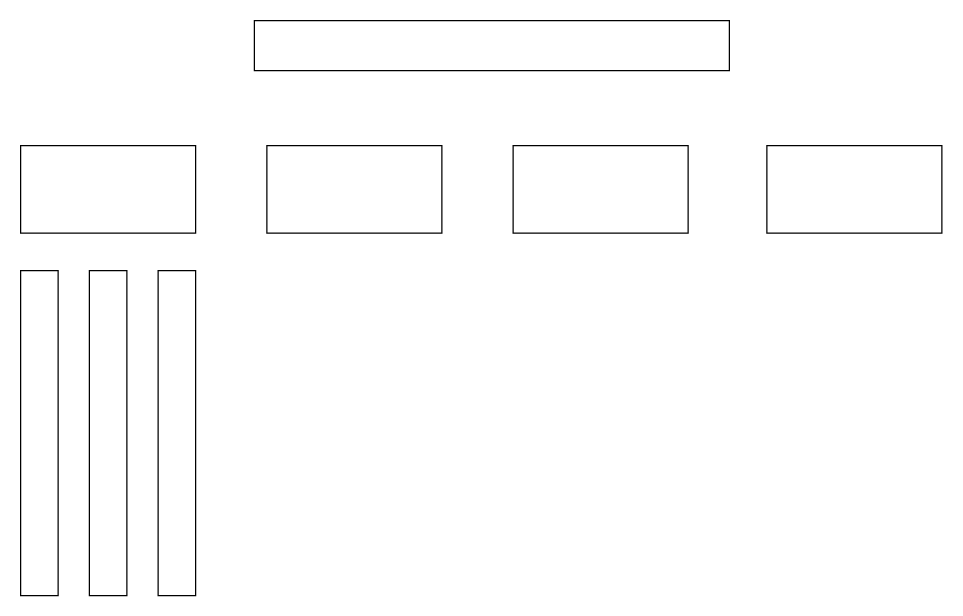
Above: 论文整体结构安排.drawio in crawlerWPS/drawing (draw.io), before the change. Source tidied: cells renumbered, new cells numbered last; positions are measured from the earlier drawing's top-left corner, leaving out a move shared by most shapes. Both pictures are drawn from the tidied source at 125%, with x=0, y=0 at pixel (20, 20).
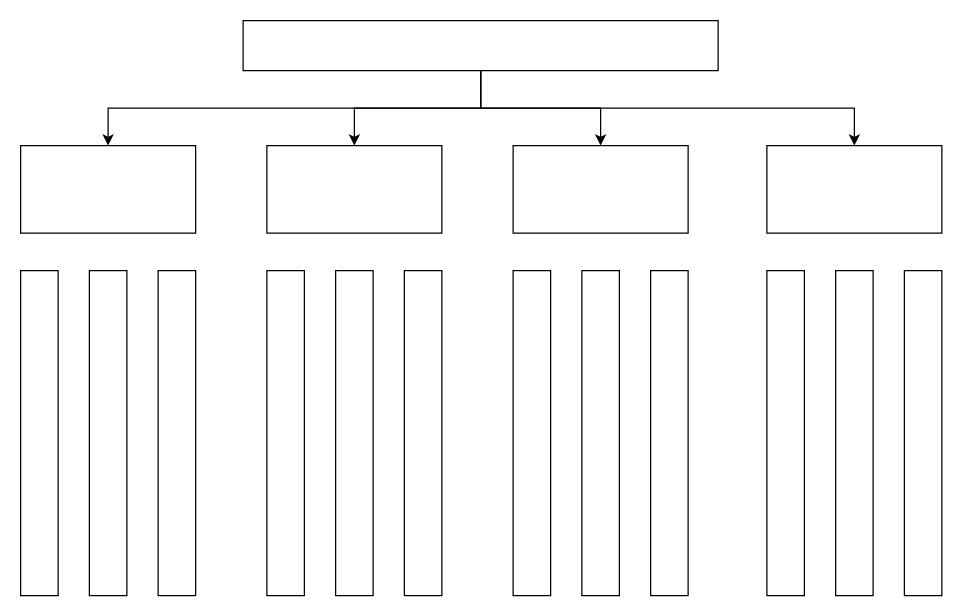
The same page after the edit.

Commit message (it also covers changes not shown here):
更新论文整体结构安排.drawio

The change refers to these unchanged cells:
```xml
<mxCell id="3" style="rounded=0;whiteSpace=wrap;html=1;" parent="1" vertex="1">
  <mxGeometry y="100" width="140" height="70" as="geometry" />
</mxCell>
<mxCell id="4" style="rounded=0;whiteSpace=wrap;html=1;" parent="1" vertex="1">
  <mxGeometry x="197" y="100" width="140" height="70" as="geometry" />
</mxCell>
<mxCell id="5" style="rounded=0;whiteSpace=wrap;html=1;" parent="1" vertex="1">
  <mxGeometry x="394" y="100" width="140" height="70" as="geometry" />
</mxCell>
<mxCell id="6" style="rounded=0;whiteSpace=wrap;html=1;" parent="1" vertex="1">
  <mxGeometry x="597" y="100" width="140" height="70" as="geometry" />
</mxCell>
```

Change to the diagram source:
```diff
@@
+    <mxCell id="10" style="edgeStyle=orthogonalEdgeStyle;rounded=0;jettySize=auto;html=1;entryX=0.5;entryY=0;entryDx=0;entryDy=0;" parent="1" edge="1" source="2" target="3">
+      <mxGeometry relative="1" as="geometry">
+        <Array as="points">
+          <mxPoint x="368" y="70" />
+          <mxPoint x="70" y="70" />
+        </Array>
+      </mxGeometry>
+    </mxCell>
+    <mxCell id="11" style="edgeStyle=orthogonalEdgeStyle;rounded=0;jettySize=auto;html=1;entryX=0.5;entryY=0;entryDx=0;entryDy=0;" parent="1" edge="1" source="2" target="4">
+      <mxGeometry relative="1" as="geometry">
+        <Array as="points">
+          <mxPoint x="368" y="70" />
+          <mxPoint x="267" y="70" />
+        </Array>
+      </mxGeometry>
+    </mxCell>
+    <mxCell id="12" style="edgeStyle=orthogonalEdgeStyle;rounded=0;jettySize=auto;html=1;exitX=0.5;exitY=1;exitDx=0;exitDy=0;entryX=0.5;entryY=0;entryDx=0;entryDy=0;" parent="1" edge="1" source="2" target="5">
+      <mxGeometry relative="1" as="geometry" />
+    </mxCell>
+    <mxCell id="13" style="edgeStyle=orthogonalEdgeStyle;rounded=0;jettySize=auto;html=1;" parent="1" edge="1" source="2" target="6">
+      <mxGeometry relative="1" as="geometry">
+        <Array as="points">
+          <mxPoint x="368" y="70" />
+          <mxPoint x="667" y="70" />
+        </Array>
+      </mxGeometry>
+    </mxCell>
     <mxCell id="2" style="whiteSpace=wrap;html=1;" parent="1" vertex="1">
-      <mxGeometry x="187" width="380" height="40" as="geometry" />
+      <mxGeometry x="178" width="380" height="40" as="geometry" />
     </mxCell>
@@
+    <mxCell id="14" style="rounded=0;whiteSpace=wrap;html=1;" parent="1" vertex="1">
+      <mxGeometry x="197" y="200" width="30" height="260" as="geometry" />
+    </mxCell>
+    <mxCell id="15" style="rounded=0;whiteSpace=wrap;html=1;" parent="1" vertex="1">
+      <mxGeometry x="252" y="200" width="30" height="260" as="geometry" />
+    </mxCell>
+    <mxCell id="16" style="rounded=0;whiteSpace=wrap;html=1;" parent="1" vertex="1">
+      <mxGeometry x="307" y="200" width="30" height="260" as="geometry" />
+    </mxCell>
+    <mxCell id="17" style="rounded=0;whiteSpace=wrap;html=1;" parent="1" vertex="1">
+      <mxGeometry x="394" y="200" width="30" height="260" as="geometry" />
+    </mxCell>
+    <mxCell id="18" style="rounded=0;whiteSpace=wrap;html=1;" parent="1" vertex="1">
+      <mxGeometry x="449" y="200" width="30" height="260" as="geometry" />
+    </mxCell>
+    <mxCell id="19" style="rounded=0;whiteSpace=wrap;html=1;" parent="1" vertex="1">
+      <mxGeometry x="504" y="200" width="30" height="260" as="geometry" />
+    </mxCell>
+    <mxCell id="20" style="rounded=0;whiteSpace=wrap;html=1;" parent="1" vertex="1">
+      <mxGeometry x="597" y="200" width="30" height="260" as="geometry" />
+    </mxCell>
+    <mxCell id="21" style="rounded=0;whiteSpace=wrap;html=1;" parent="1" vertex="1">
+      <mxGeometry x="652" y="200" width="30" height="260" as="geometry" />
+    </mxCell>
+    <mxCell id="22" style="rounded=0;whiteSpace=wrap;html=1;" parent="1" vertex="1">
+      <mxGeometry x="707" y="200" width="30" height="260" as="geometry" />
+    </mxCell>
```
